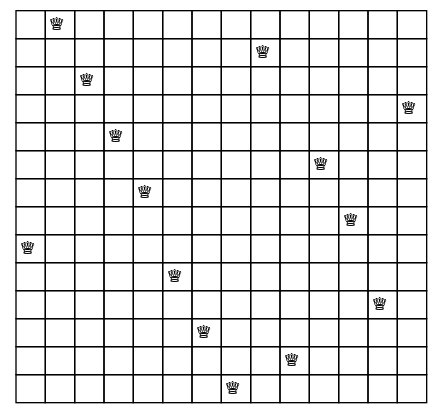
CSUNSA1704250/parallel-nqueens-problem-omp keeps this Graphviz diagram as graph.dot.png. Above is the earlier version. Its source is kept beside it as graph.dot.
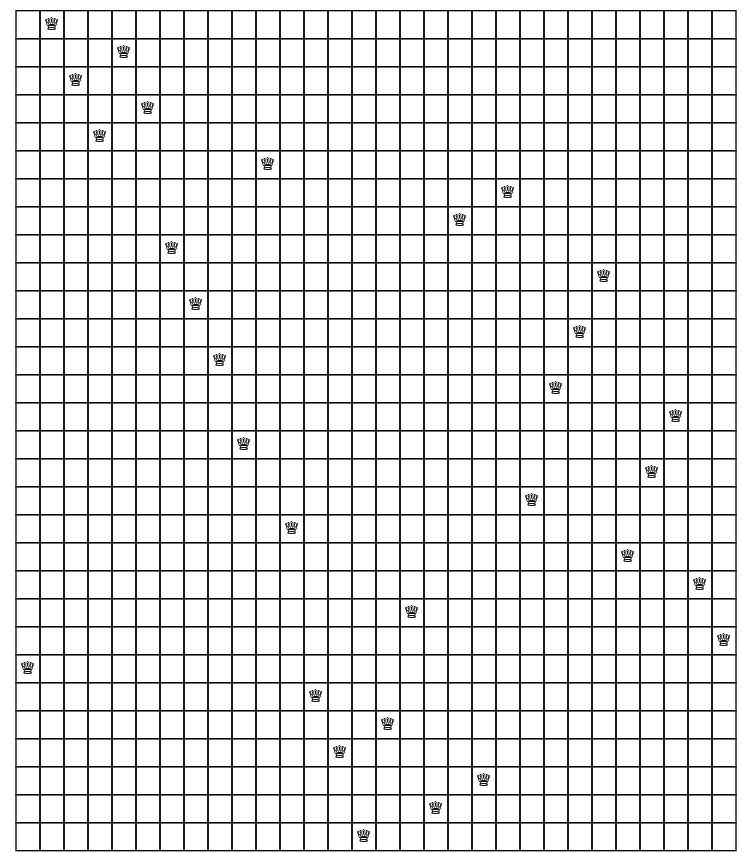
Above is the later version.

What changed in the source:
```diff
@@ -1,21 +1,32 @@
-digraph D {
+digraph D{
     node [shape=plaintext]
   some_node [
   label=<
   <table border="0" cellborder="1" cellspacing="0">
-  <tr><td> </td><td>&#9813; </td><td> </td><td> </td><td> </td><td> </td><td> </td><td> </td><td> </td><td> </td><td> </td><td> </td><td> </td><td> </td> </tr>
- <tr><td> </td><td> </td><td> </td><td> </td><td> </td><td> </td><td> </td><td> </td><td>&#9813; </td><td> </td><td> </td><td> </td><td> </td><td> </td> </tr>
- <tr><td> </td><td> </td><td>&#9813; </td><td> </td><td> </td><td> </td><td> </td><td> </td><td> </td><td> </td><td> </td><td> </td><td> </td><td> </td> </tr>
- <tr><td> </td><td> </td><td> </td><td> </td><td> </td><td> </td><td> </td><td> </td><td> </td><td> </td><td> </td><td> </td><td> </td><td>&#9813; </td> </tr>
- <tr><td> </td><td> </td><td> </td><td>&#9813; </td><td> </td><td> </td><td> </td><td> </td><td> </td><td> </td><td> </td><td> </td><td> </td><td> </td> </tr>
- <tr><td> </td><td> </td><td> </td><td> </td><td> </td><td> </td><td> </td><td> </td><td> </td><td> </td><td>&#9813; </td><td> </td><td> </td><td> </td> </tr>
- <tr><td> </td><td> </td><td> </td><td> </td><td>&#9813; </td><td> </td><td> </td><td> </td><td> </td><td> </td><td> </td><td> </td><td> </td><td> </td> </tr>
- <tr><td> </td><td> </td><td> </td><td> </td><td> </td><td> </td><td> </td><td> </td><td> </td><td> </td><td> </td><td>&#9813; </td><td> </td><td> </td> </tr>
- <tr><td>&#9813; </td><td> </td><td> </td><td> </td><td> </td><td> </td><td> </td><td> </td><td> </td><td> </td><td> </td><td> </td><td> </td><td> </td> </tr>
- <tr><td> </td><td> </td><td> </td><td> </td><td> </td><td>&#9813; </td><td> </td><td> </td><td> </td><td> </td><td> </td><td> </td><td> </td><td> </td> </tr>
- <tr><td> </td><td> </td><td> </td><td> </td><td> </td><td> </td><td> </td><td> </td><td> </td><td> </td><td> </td><td> </td><td>&#9813; </td><td> </td> </tr>
- <tr><td> </td><td> </td><td> </td><td> </td><td> </td><td> </td><td>&#9813; </td><td> </td><td> </td><td> </td><td> </td><td> </td><td> </td><td> </td> </tr>
- <tr><td> </td><td> </td><td> </td><td> </td><td> </td><td> </td><td> </td><td> </td><td> </td><td>&#9813; </td><td> </td><td> </td><td> </td><td> </td> </tr>
- <tr><td> </td><td> </td><td> </td><td> </td><td> </td><td> </td><td> </td><td>&#9813; </td><td> </td><td> </td><td> </td><td> </td><td> </td><td> </td> </tr>
+  <tr><td></td><td>&#9813;</td><td></td><td></td><td></td><td></td><td></td><td></td><td></td><td></td><td></td><td></td><td></td><td></td><td></td><td></td><td></td><td></td><td></td><td></td><td></td><td></td><td></td><td></td><td></td> </tr>
+ <tr><td></td><td></td><td></td><td></td><td>&#9813;</td><td></td><td></td><td></td><td></td><td></td><td></td><td></td><td></td><td></td><td></td><td></td><td></td><td></td><td></td><td></td><td></td><td></td><td></td><td></td><td></td> </tr>
+ <tr><td></td><td></td><td>&#9813;</td><td></td><td></td><td></td><td></td><td></td><td></td><td></td><td></td><td></td><td></td><td></td><td></td><td></td><td></td><td></td><td></td><td></td><td></td><td></td><td></td><td></td><td></td> </tr>
+ <tr><td></td><td></td><td></td><td></td><td></td><td>&#9813;</td><td></td><td></td><td></td><td></td><td></td><td></td><td></td><td></td><td></td><td></td><td></td><td></td><td></td><td></td><td></td><td></td><td></td><td></td><td></td> </tr>
+ <tr><td></td><td></td><td></td><td>&#9813;</td><td></td><td></td><td></td><td></td><td></td><td></td><td></td><td></td><td></td><td></td><td></td><td></td><td></td><td></td><td></td><td></td><td></td><td></td><td></td><td></td><td></td> </tr>
+ <tr><td></td><td></td><td></td><td></td><td></td><td></td><td></td><td></td><td></td><td></td><td></td><td></td><td></td><td></td><td></td><td></td><td></td><td></td><td></td><td>&#9813;</td><td></td><td></td><td></td><td></td><td></td> </tr>
+ <tr><td></td><td></td><td></td><td></td><td></td><td></td><td></td><td></td><td></td><td></td><td></td><td></td><td></td><td></td><td></td><td></td><td>&#9813;</td><td></td><td></td><td></td><td></td><td></td><td></td><td></td><td></td> </tr>
+ <tr><td></td><td></td><td></td><td></td><td></td><td></td><td></td><td></td><td></td><td></td><td></td><td></td><td></td><td></td><td></td><td></td><td></td><td></td><td></td><td></td><td>&#9813;</td><td></td><td></td><td></td><td></td> </tr>
+ <tr><td></td><td></td><td></td><td></td><td></td><td></td><td>&#9813;</td><td></td><td></td><td></td><td></td><td></td><td></td><td></td><td></td><td></td><td></td><td></td><td></td><td></td><td></td><td></td><td></td><td></td><td></td> </tr>
+ <tr><td></td><td></td><td></td><td></td><td></td><td></td><td></td><td></td><td></td><td></td><td></td><td></td><td></td><td></td><td></td><td></td><td></td><td></td><td></td><td></td><td></td><td>&#9813;</td><td></td><td></td><td></td> </tr>
+ <tr><td></td><td></td><td></td><td></td><td></td><td></td><td></td><td>&#9813;</td><td></td><td></td><td></td><td></td><td></td><td></td><td></td><td></td><td></td><td></td><td></td><td></td><td></td><td></td><td></td><td></td><td></td> </tr>
+ <tr><td></td><td></td><td></td><td></td><td></td><td></td><td></td><td></td><td></td><td></td><td></td><td></td><td></td><td></td><td></td><td></td><td></td><td>&#9813;</td><td></td><td></td><td></td><td></td><td></td><td></td><td></td> </tr>
+ <tr><td></td><td></td><td></td><td></td><td></td><td></td><td></td><td></td><td>&#9813;</td><td></td><td></td><td></td><td></td><td></td><td></td><td></td><td></td><td></td><td></td><td></td><td></td><td></td><td></td><td></td><td></td> </tr>
+ <tr><td></td><td></td><td></td><td></td><td></td><td></td><td></td><td></td><td></td><td></td><td></td><td></td><td></td><td></td><td></td><td></td><td></td><td></td><td>&#9813;</td><td></td><td></td><td></td><td></td><td></td><td></td> </tr>
+ <tr><td></td><td></td><td></td><td></td><td></td><td></td><td></td><td></td><td></td><td>&#9813;</td><td></td><td></td><td></td><td></td><td></td><td></td><td></td><td></td><td></td><td></td><td></td><td></td><td></td><td></td><td></td> </tr>
+ <tr><td></td><td></td><td></td><td></td><td></td><td></td><td></td><td></td><td></td><td></td><td></td><td></td><td></td><td></td><td></td><td></td><td></td><td></td><td></td><td></td><td></td><td></td><td></td><td>&#9813;</td><td></td> </tr>
+ <tr><td></td><td></td><td></td><td></td><td></td><td></td><td></td><td></td><td></td><td></td><td>&#9813;</td><td></td><td></td><td></td><td></td><td></td><td></td><td></td><td></td><td></td><td></td><td></td><td></td><td></td><td></td> </tr>
+ <tr><td></td><td></td><td></td><td></td><td></td><td></td><td></td><td></td><td></td><td></td><td></td><td></td><td></td><td></td><td></td><td></td><td></td><td></td><td></td><td></td><td></td><td></td><td></td><td></td><td>&#9813;</td> </tr>
+ <tr><td></td><td></td><td></td><td></td><td></td><td></td><td></td><td></td><td></td><td></td><td></td><td></td><td></td><td></td><td></td><td></td><td></td><td></td><td></td><td></td><td></td><td></td><td>&#9813;</td><td></td><td></td> </tr>
+ <tr><td>&#9813;</td><td></td><td></td><td></td><td></td><td></td><td></td><td></td><td></td><td></td><td></td><td></td><td></td><td></td><td></td><td></td><td></td><td></td><td></td><td></td><td></td><td></td><td></td><td></td><td></td> </tr>
+ <tr><td></td><td></td><td></td><td></td><td></td><td></td><td></td><td></td><td></td><td></td><td></td><td></td><td></td><td>&#9813;</td><td></td><td></td><td></td><td></td><td></td><td></td><td></td><td></td><td></td><td></td><td></td> </tr>
+ <tr><td></td><td></td><td></td><td></td><td></td><td></td><td></td><td></td><td></td><td></td><td></td><td>&#9813;</td><td></td><td></td><td></td><td></td><td></td><td></td><td></td><td></td><td></td><td></td><td></td><td></td><td></td> </tr>
+ <tr><td></td><td></td><td></td><td></td><td></td><td></td><td></td><td></td><td></td><td></td><td></td><td></td><td></td><td></td><td>&#9813;</td><td></td><td></td><td></td><td></td><td></td><td></td><td></td><td></td><td></td><td></td> </tr>
+ <tr><td></td><td></td><td></td><td></td><td></td><td></td><td></td><td></td><td></td><td></td><td></td><td></td><td>&#9813;</td><td></td><td></td><td></td><td></td><td></td><td></td><td></td><td></td><td></td><td></td><td></td><td></td> </tr>
+ <tr><td></td><td></td><td></td><td></td><td></td><td></td><td></td><td></td><td></td><td></td><td></td><td></td><td></td><td></td><td></td><td>&#9813;</td><td></td><td></td><td></td><td></td><td></td><td></td><td></td><td></td><td></td> </tr>
 </table>>];
  }
```
